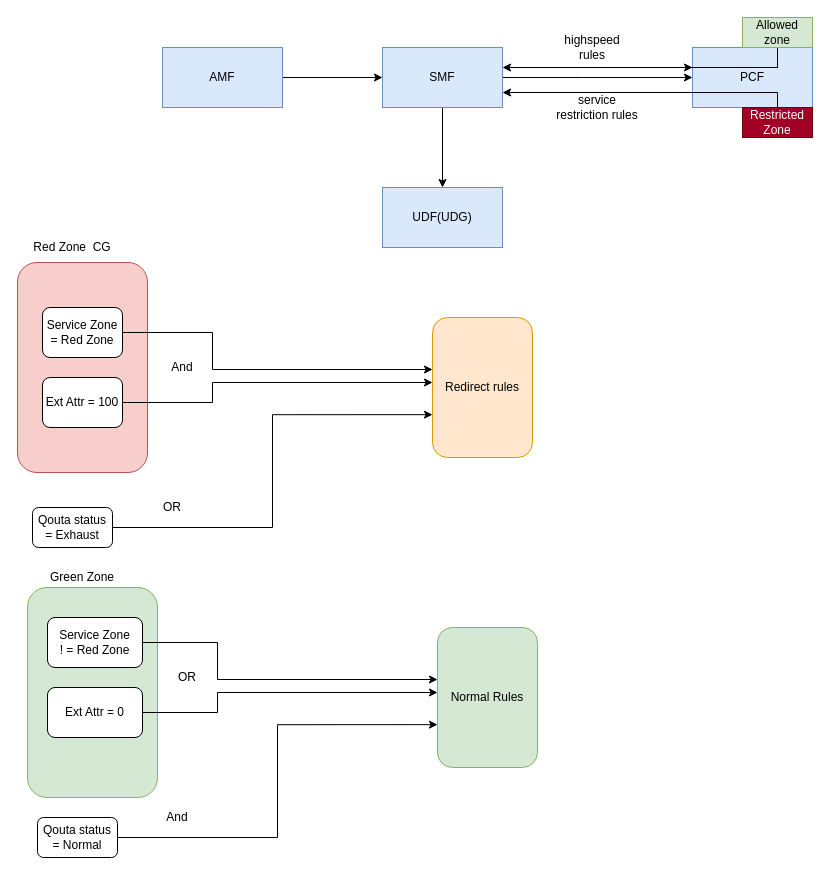
The draw.io diagram Untitled_Diagram.drawio in krapuleng/POS, before the edit. Source tidied: cells renumbered, new cells numbered last; positions are measured from the earlier drawing's top-left corner, leaving out a move shared by most shapes. Both pictures are drawn from the tidied source at 100%, with x=0, y=0 at pixel (17, 17).
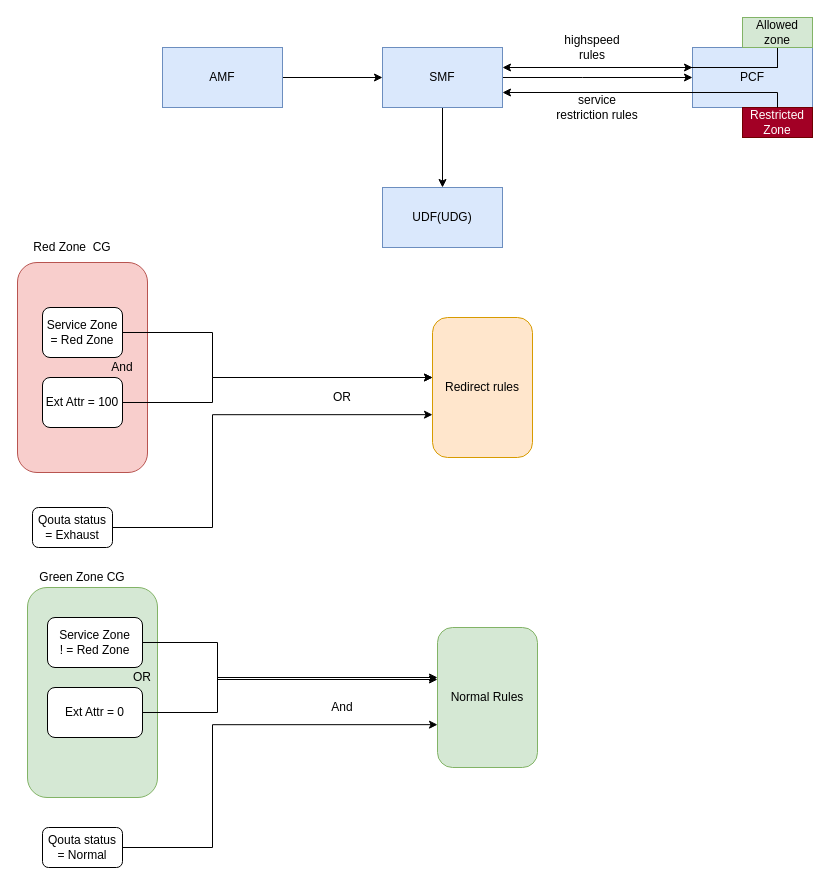
After the change.

Commit message:
service_zones

Unchanged cells that the change refers to:
```xml
<mxCell id="19" value="Service Zone = Red Zone" style="rounded=1;whiteSpace=wrap;html=1;" parent="1" vertex="1">
  <mxGeometry x="25" y="290" width="80" height="50" as="geometry" />
</mxCell>
<mxCell id="20" value="Redirect rules" style="rounded=1;whiteSpace=wrap;html=1;fillColor=#ffe6cc;strokeColor=#d79b00;" parent="1" vertex="1">
  <mxGeometry x="415" y="300" width="100" height="140" as="geometry" />
</mxCell>
<mxCell id="22" value="Ext Attr = 100" style="rounded=1;whiteSpace=wrap;html=1;" parent="1" vertex="1">
  <mxGeometry x="25" y="360" width="80" height="50" as="geometry" />
</mxCell>
<mxCell id="24" value="Qouta status = Exhaust" style="rounded=1;whiteSpace=wrap;html=1;" parent="1" vertex="1">
  <mxGeometry x="15" y="490" width="80" height="40" as="geometry" />
</mxCell>
<mxCell id="31" value="Normal Rules" style="rounded=1;whiteSpace=wrap;html=1;fillColor=#d5e8d4;strokeColor=#82b366;" parent="1" vertex="1">
  <mxGeometry x="420" y="610" width="100" height="140" as="geometry" />
</mxCell>
<mxCell id="33" value="Ext Attr = 0" style="rounded=1;whiteSpace=wrap;html=1;" parent="1" vertex="1">
  <mxGeometry x="30" y="670" width="95" height="50" as="geometry" />
</mxCell>
```

Change to the diagram source:
```diff
@@
     <mxCell id="18" style="edgeStyle=orthogonalEdgeStyle;rounded=0;jettySize=auto;html=1;" parent="1" edge="1" source="19" target="20">
       <mxGeometry relative="1" as="geometry">
         <Array as="points">
           <mxPoint x="195" y="315" />
-          <mxPoint x="195" y="352" />
+          <mxPoint x="195" y="360" />
         </Array>
       </mxGeometry>
     </mxCell>
@@
-    <mxCell id="21" style="edgeStyle=orthogonalEdgeStyle;rounded=0;jettySize=auto;html=1;" parent="1" edge="1" source="22">
+    <mxCell id="21" style="edgeStyle=orthogonalEdgeStyle;rounded=0;jettySize=auto;html=1;" parent="1" edge="1" source="22" target="20">
       <mxGeometry relative="1" as="geometry">
-        <mxPoint x="415" y="365" as="targetPoint" />
         <Array as="points">
           <mxPoint x="195" y="385" />
-          <mxPoint x="195" y="365" />
+          <mxPoint x="195" y="360" />
         </Array>
       </mxGeometry>
     </mxCell>
@@
     <mxCell id="23" style="edgeStyle=orthogonalEdgeStyle;rounded=0;jettySize=auto;html=1;entryX=0;entryY=0.694;entryDx=0;entryDy=0;entryPerimeter=0;" parent="1" edge="1" source="24" target="20">
-      <mxGeometry relative="1" as="geometry" />
+      <mxGeometry relative="1" as="geometry">
+        <Array as="points">
+          <mxPoint x="195" y="510" />
+          <mxPoint x="195" y="397" />
+        </Array>
+      </mxGeometry>
     </mxCell>
@@
     <mxCell id="25" value="And" style="text;html=1;strokeColor=none;fillColor=none;align=center;verticalAlign=middle;whiteSpace=wrap;rounded=0;" parent="1" vertex="1">
-      <mxGeometry x="145" y="340" width="40" height="20" as="geometry" />
+      <mxGeometry x="85" y="340" width="40" height="20" as="geometry" />
     </mxCell>
@@
     <mxCell id="27" value="OR" style="text;html=1;strokeColor=none;fillColor=none;align=center;verticalAlign=middle;whiteSpace=wrap;rounded=0;" parent="1" vertex="1">
-      <mxGeometry x="135" y="480" width="40" height="20" as="geometry" />
+      <mxGeometry x="305" y="370" width="40" height="20" as="geometry" />
     </mxCell>
@@
     <mxCell id="32" style="edgeStyle=orthogonalEdgeStyle;rounded=0;jettySize=auto;html=1;" parent="1" edge="1" source="33">
       <mxGeometry relative="1" as="geometry">
-        <mxPoint x="420" y="675" as="targetPoint" />
+        <mxPoint x="420" y="660" as="targetPoint" />
         <Array as="points">
           <mxPoint x="200" y="695" />
-          <mxPoint x="200" y="675" />
+          <mxPoint x="200" y="660" />
         </Array>
       </mxGeometry>
     </mxCell>
@@
     <mxCell id="34" style="edgeStyle=orthogonalEdgeStyle;rounded=0;jettySize=auto;html=1;entryX=0;entryY=0.694;entryDx=0;entryDy=0;entryPerimeter=0;" parent="1" edge="1" source="35" target="31">
-      <mxGeometry relative="1" as="geometry" />
+      <mxGeometry relative="1" as="geometry">
+        <Array as="points">
+          <mxPoint x="195" y="830" />
+          <mxPoint x="195" y="707" />
+        </Array>
+      </mxGeometry>
     </mxCell>
     <mxCell id="35" value="Qouta status = Normal" style="rounded=1;whiteSpace=wrap;html=1;" parent="1" vertex="1">
-      <mxGeometry x="20" y="800" width="80" height="40" as="geometry" />
+      <mxGeometry x="25" y="810" width="80" height="40" as="geometry" />
     </mxCell>
     <mxCell id="36" value="OR" style="text;html=1;strokeColor=none;fillColor=none;align=center;verticalAlign=middle;whiteSpace=wrap;rounded=0;" parent="1" vertex="1">
-      <mxGeometry x="150" y="650" width="40" height="20" as="geometry" />
+      <mxGeometry x="105" y="650" width="40" height="20" as="geometry" />
     </mxCell>
-    <mxCell id="37" value="Green Zone" style="text;html=1;strokeColor=none;fillColor=none;align=center;verticalAlign=middle;whiteSpace=wrap;rounded=0;" parent="1" vertex="1">
+    <mxCell id="37" value="Green Zone CG" style="text;html=1;strokeColor=none;fillColor=none;align=center;verticalAlign=middle;whiteSpace=wrap;rounded=0;" parent="1" vertex="1">
       <mxGeometry x="15" y="550" width="100" height="20" as="geometry" />
     </mxCell>
     <mxCell id="38" value="And" style="text;html=1;strokeColor=none;fillColor=none;align=center;verticalAlign=middle;whiteSpace=wrap;rounded=0;" parent="1" vertex="1">
-      <mxGeometry x="140" y="790" width="40" height="20" as="geometry" />
+      <mxGeometry x="305" y="680" width="40" height="20" as="geometry" />
     </mxCell>
```
